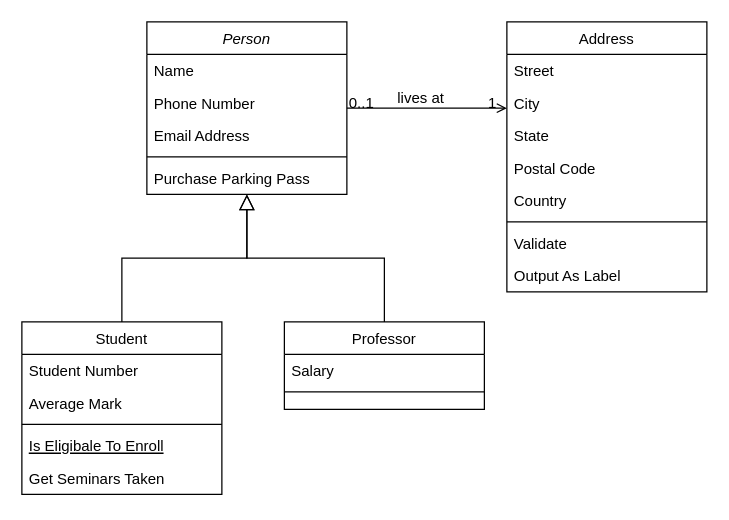
Above: Untitled Diagram.drawio in haykp/tvip-axi (draw.io), before the change. Source tidied: cells renumbered, new cells numbered last; positions are measured from the earlier drawing's top-left corner, leaving out a move shared by most shapes. Both pictures are drawn from the tidied source at 125%, with x=0, y=0 at pixel (21, 21).
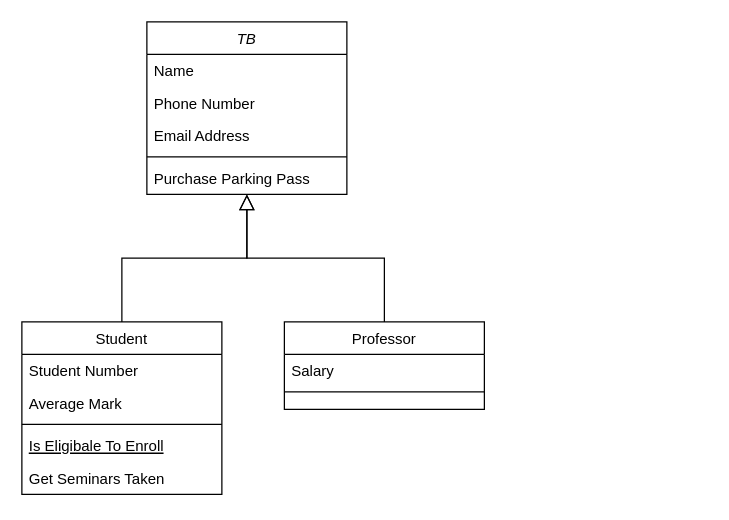
After the change.

The edit, as a diff of the source:
```diff
@@
-    <mxCell id="2" value="Person" style="swimlane;fontStyle=2;align=center;verticalAlign=top;horizontal=1;startSize=26;rounded=0;shadow=0;strokeWidth=1;" parent="1" vertex="1">
+    <mxCell id="2" value="TB" style="swimlane;fontStyle=2;align=center;verticalAlign=top;horizontal=1;startSize=26;rounded=0;shadow=0;strokeWidth=1;" parent="1" vertex="1">
       <mxGeometry x="100" width="160" height="138" as="geometry" />
     </mxCell>
@@
-    <mxCell id="19" value="Address" style="swimlane;fontStyle=0;align=center;verticalAlign=top;horizontal=1;startSize=26;rounded=0;shadow=0;strokeWidth=1;" parent="1" vertex="1">
-      <mxGeometry x="388" width="160" height="216" as="geometry" />
-    </mxCell>
-    <mxCell id="20" value="Street" style="text;align=left;verticalAlign=top;spacingLeft=4;spacingRight=4;overflow=hidden;" parent="19" vertex="1">
-      <mxGeometry y="26" width="160" height="26" as="geometry" />
-    </mxCell>
-    <mxCell id="21" value="City" style="text;align=left;verticalAlign=top;spacingLeft=4;spacingRight=4;overflow=hidden;rounded=0;shadow=0;html=0;" parent="19" vertex="1">
-      <mxGeometry y="52" width="160" height="26" as="geometry" />
-    </mxCell>
-    <mxCell id="22" value="State" style="text;align=left;verticalAlign=top;spacingLeft=4;spacingRight=4;overflow=hidden;rounded=0;shadow=0;html=0;" parent="19" vertex="1">
-      <mxGeometry y="78" width="160" height="26" as="geometry" />
-    </mxCell>
-    <mxCell id="23" value="Postal Code" style="text;align=left;verticalAlign=top;spacingLeft=4;spacingRight=4;overflow=hidden;rounded=0;shadow=0;html=0;" parent="19" vertex="1">
-      <mxGeometry y="104" width="160" height="26" as="geometry" />
-    </mxCell>
-    <mxCell id="24" value="Country" style="text;align=left;verticalAlign=top;spacingLeft=4;spacingRight=4;overflow=hidden;rounded=0;shadow=0;html=0;" parent="19" vertex="1">
-      <mxGeometry y="130" width="160" height="26" as="geometry" />
-    </mxCell>
-    <mxCell id="25" style="line;html=1;strokeWidth=1;align=left;verticalAlign=middle;spacingTop=-1;spacingLeft=3;spacingRight=3;labelPosition=right;" parent="19" vertex="1">
-      <mxGeometry y="156" width="160" height="8" as="geometry" />
-    </mxCell>
-    <mxCell id="26" value="Validate" style="text;align=left;verticalAlign=top;spacingLeft=4;spacingRight=4;overflow=hidden;" parent="19" vertex="1">
-      <mxGeometry y="164" width="160" height="26" as="geometry" />
-    </mxCell>
-    <mxCell id="27" value="Output As Label" style="text;align=left;verticalAlign=top;spacingLeft=4;spacingRight=4;overflow=hidden;" parent="19" vertex="1">
-      <mxGeometry y="190" width="160" height="26" as="geometry" />
-    </mxCell>
-    <mxCell id="28" style="endArrow=open;shadow=0;strokeWidth=1;strokeColor=#000000;rounded=0;endFill=1;edgeStyle=elbowEdgeStyle;elbow=vertical;" parent="1" edge="1" source="2" target="19">
-      <mxGeometry x="0.5" y="41" relative="1" as="geometry">
-        <mxPoint x="-40" y="32" as="offset" />
-      </mxGeometry>
-    </mxCell>
-    <mxCell id="29" value="0..1" style="align=left;verticalAlign=bottom;labelBackgroundColor=none;fontSize=12;" parent="28" vertex="1">
-      <mxGeometry x="-1" relative="1" as="geometry">
-        <mxPoint y="4" as="offset" />
-      </mxGeometry>
-    </mxCell>
-    <mxCell id="30" value="1" style="align=right;verticalAlign=bottom;labelBackgroundColor=none;fontSize=12;" parent="28" vertex="1">
-      <mxGeometry x="1" relative="1" as="geometry">
-        <mxPoint x="-7" y="4" as="offset" />
-      </mxGeometry>
-    </mxCell>
-    <mxCell id="31" value="lives at" style="text;html=1;align=center;verticalAlign=middle;labelBackgroundColor=none;rounded=0;shadow=0;strokeWidth=1;fontSize=12;" parent="28" vertex="1">
-      <mxGeometry x="0.5" y="49" relative="1" as="geometry">
-        <mxPoint x="-38" y="40" as="offset" />
-      </mxGeometry>
-    </mxCell>
```
